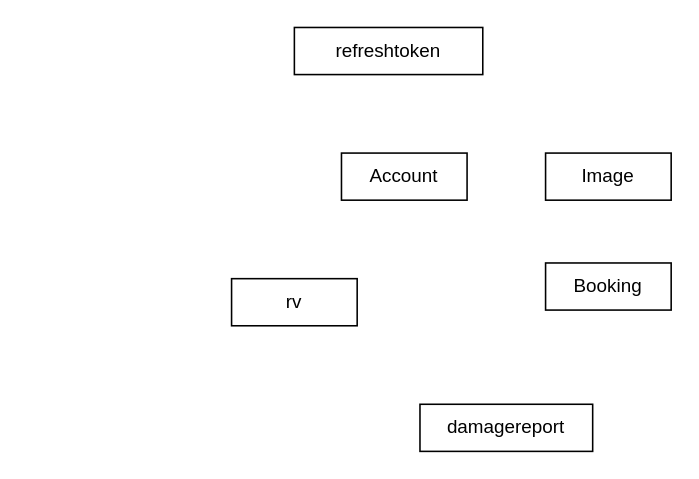
JasonDinh345/RV-Solutions keeps this draw.io diagram as RVSolutions.drawio. Above is the earlier version. Source tidied: cells renumbered, new cells numbered last; positions are measured from the earlier drawing's top-left corner, leaving out a move shared by most shapes. Both pictures are drawn from the tidied source at 157%, with x=0, y=0 at pixel (231, 27).
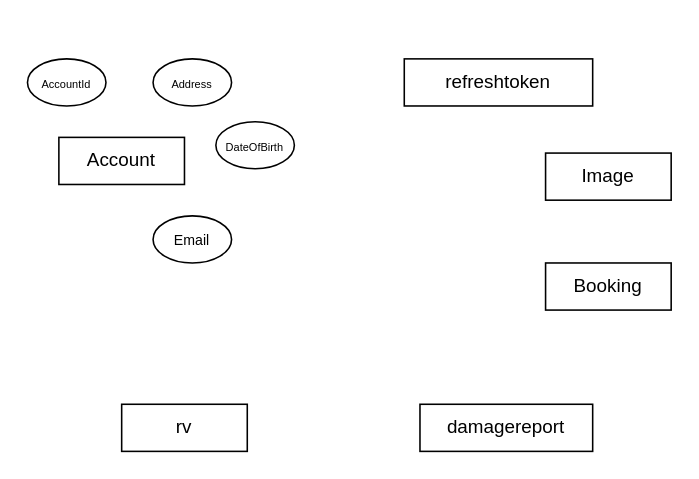
After the change.

Change to the diagram source:
```diff
@@
 <mxGraphModel>
   <root>
     <mxCell id="0" />
     <mxCell id="1" parent="0" />
     <mxCell id="2" value="&lt;div&gt;rv&lt;/div&gt;" style="rounded=0;whiteSpace=wrap;html=1;" parent="1" vertex="1">
-      <mxGeometry y="160" width="80" height="30" as="geometry" />
+      <mxGeometry x="-70" y="240" width="80" height="30" as="geometry" />
     </mxCell>
     <mxCell id="3" value="&lt;div&gt;Booking&lt;/div&gt;" style="rounded=0;whiteSpace=wrap;html=1;" parent="1" vertex="1">
       <mxGeometry x="200" y="150" width="80" height="30" as="geometry" />
     </mxCell>
     <mxCell id="4" value="&lt;div&gt;Account&lt;/div&gt;" style="rounded=0;whiteSpace=wrap;html=1;" parent="1" vertex="1">
-      <mxGeometry x="70" y="80" width="80" height="30" as="geometry" />
+      <mxGeometry x="-110" y="70" width="80" height="30" as="geometry" />
     </mxCell>
     <mxCell id="5" value="&lt;div&gt;Image&lt;/div&gt;" style="rounded=0;whiteSpace=wrap;html=1;" parent="1" vertex="1">
       <mxGeometry x="200" y="80" width="80" height="30" as="geometry" />
     </mxCell>
     <mxCell id="6" value="&lt;div&gt;damagereport&lt;/div&gt;" style="rounded=0;whiteSpace=wrap;html=1;" parent="1" vertex="1">
       <mxGeometry x="120" y="240" width="110" height="30" as="geometry" />
     </mxCell>
     <mxCell id="7" value="&lt;div&gt;refreshtoken&lt;/div&gt;" style="rounded=0;whiteSpace=wrap;html=1;" parent="1" vertex="1">
-      <mxGeometry x="40" width="120" height="30" as="geometry" />
+      <mxGeometry x="110" y="20" width="120" height="30" as="geometry" />
     </mxCell>
+    <mxCell id="8" value="&lt;font style=&quot;font-size: 7px;&quot;&gt;AccountId&lt;/font&gt;" style="ellipse;whiteSpace=wrap;html=1;" parent="1" vertex="1">
+      <mxGeometry x="-130" y="20" width="50" height="30" as="geometry" />
+    </mxCell>
+    <mxCell id="9" value="&lt;font style=&quot;font-size: 7px;&quot;&gt;Address&lt;/font&gt;" style="ellipse;whiteSpace=wrap;html=1;" parent="1" vertex="1">
+      <mxGeometry x="-50" y="20" width="50" height="30" as="geometry" />
+    </mxCell>
+    <mxCell id="10" value="&lt;font style=&quot;font-size: 7px;&quot;&gt;DateOfBirth&lt;/font&gt;" style="ellipse;whiteSpace=wrap;html=1;" parent="1" vertex="1">
+      <mxGeometry x="-10" y="60" width="50" height="30" as="geometry" />
+    </mxCell>
+    <mxCell id="11" value="&lt;font style=&quot;font-size: 9px;&quot;&gt;Email&lt;/font&gt;" style="ellipse;whiteSpace=wrap;html=1;" parent="1" vertex="1">
+      <mxGeometry x="-50" y="120" width="50" height="30" as="geometry" />
+    </mxCell>
   </root>
 </mxGraphModel>
```
